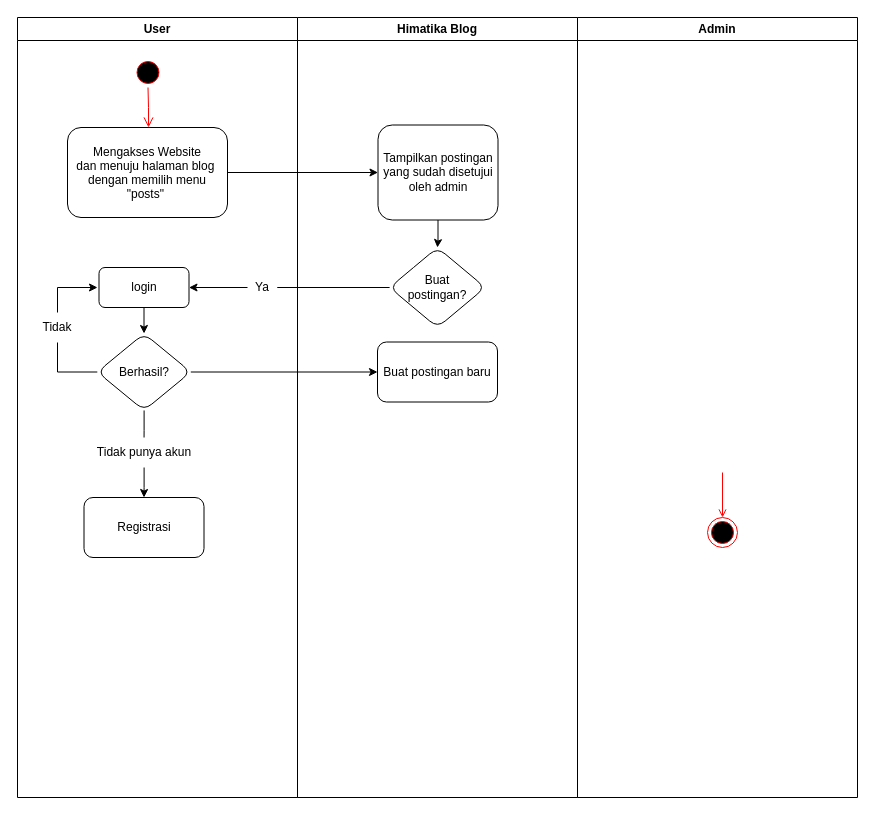
Above: Untitled Diagram.drawio in muhammadedowardaya/projectdua (draw.io), before the change. Source tidied: cells renumbered, new cells numbered last; positions are measured from the earlier drawing's top-left corner, leaving out a move shared by most shapes. Both pictures are drawn from the tidied source at 100%, with x=0, y=0 at pixel (17, 17).
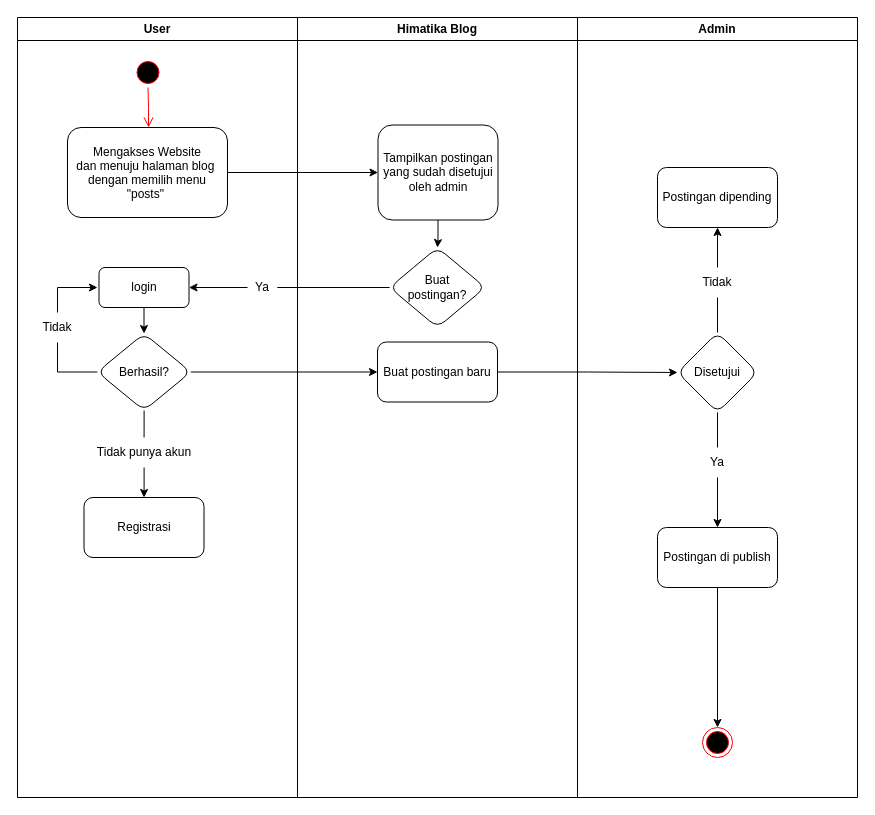
The same page after the edit.

Unchanged cells that the change refers to:
```xml
<mxCell id="17" value="Buat postingan baru" style="rounded=1;whiteSpace=wrap;html=1;" parent="13" vertex="1">
  <mxGeometry x="80" y="324.5" width="120" height="60" as="geometry" />
</mxCell>
<mxCell id="18" value="Admin" style="swimlane;whiteSpace=wrap;" parent="1" vertex="1">
  <mxGeometry x="560" width="280" height="780" as="geometry" />
</mxCell>
```

What changed in the source:
```diff
@@
     <mxCell id="19" style="ellipse;shape=endState;fillColor=#000000;strokeColor=#ff0000;" parent="18" vertex="1">
-      <mxGeometry x="130" y="500" width="30" height="30" as="geometry" />
+      <mxGeometry x="125" y="710" width="30" height="30" as="geometry" />
     </mxCell>
-    <mxCell id="20" style="endArrow=open;strokeColor=#FF0000;endFill=1;rounded=0;" parent="18" edge="1" target="19">
-      <mxGeometry relative="1" as="geometry">
-        <mxPoint x="145" y="455" as="sourcePoint" />
-      </mxGeometry>
-    </mxCell>
+    <mxCell id="29" style="edgeStyle=orthogonalEdgeStyle;rounded=0;jettySize=auto;html=1;entryX=0.5;entryY=0;entryDx=0;entryDy=0;startArrow=none;" parent="18" edge="1" source="34" target="33">
+      <mxGeometry relative="1" as="geometry" />
+    </mxCell>
+    <mxCell id="30" style="edgeStyle=orthogonalEdgeStyle;rounded=0;jettySize=auto;html=1;entryX=0.5;entryY=1;entryDx=0;entryDy=0;startArrow=none;" parent="18" edge="1" source="37" target="36">
+      <mxGeometry relative="1" as="geometry" />
+    </mxCell>
+    <mxCell id="31" value="Disetujui" style="rhombus;whiteSpace=wrap;html=1;rounded=1;" parent="18" vertex="1">
+      <mxGeometry x="100" y="315" width="80" height="80" as="geometry" />
+    </mxCell>
+    <mxCell id="32" style="edgeStyle=orthogonalEdgeStyle;rounded=0;jettySize=auto;html=1;entryX=0.5;entryY=0;entryDx=0;entryDy=0;" parent="18" edge="1" source="33" target="19">
+      <mxGeometry relative="1" as="geometry" />
+    </mxCell>
+    <mxCell id="33" value="Postingan di publish" style="rounded=1;whiteSpace=wrap;html=1;" parent="18" vertex="1">
+      <mxGeometry x="80" y="510" width="120" height="60" as="geometry" />
+    </mxCell>
+    <mxCell id="34" value="Ya" style="text;html=1;strokeColor=none;fillColor=none;align=center;verticalAlign=middle;whiteSpace=wrap;rounded=0;" parent="18" vertex="1">
+      <mxGeometry x="110" y="430" width="60" height="30" as="geometry" />
+    </mxCell>
+    <mxCell id="35" style="edgeStyle=orthogonalEdgeStyle;rounded=0;jettySize=auto;html=1;entryX=0.5;entryY=0;entryDx=0;entryDy=0;endArrow=none;" parent="18" edge="1" source="31" target="34">
+      <mxGeometry relative="1" as="geometry" />
+    </mxCell>
+    <mxCell id="36" value="Postingan dipending" style="rounded=1;whiteSpace=wrap;html=1;" parent="18" vertex="1">
+      <mxGeometry x="80" y="150" width="120" height="60" as="geometry" />
+    </mxCell>
+    <mxCell id="37" value="Tidak" style="text;html=1;strokeColor=none;fillColor=none;align=center;verticalAlign=middle;whiteSpace=wrap;rounded=0;" parent="18" vertex="1">
+      <mxGeometry x="110" y="250" width="60" height="30" as="geometry" />
+    </mxCell>
+    <mxCell id="38" style="edgeStyle=orthogonalEdgeStyle;rounded=0;jettySize=auto;html=1;entryX=0.5;entryY=1;entryDx=0;entryDy=0;endArrow=none;" parent="18" edge="1" source="31" target="37">
+      <mxGeometry relative="1" as="geometry" />
+    </mxCell>
@@
+    <mxCell id="39" style="edgeStyle=orthogonalEdgeStyle;rounded=0;jettySize=auto;html=1;" parent="1" edge="1" source="17" target="31">
+      <mxGeometry relative="1" as="geometry" />
+    </mxCell>
```
